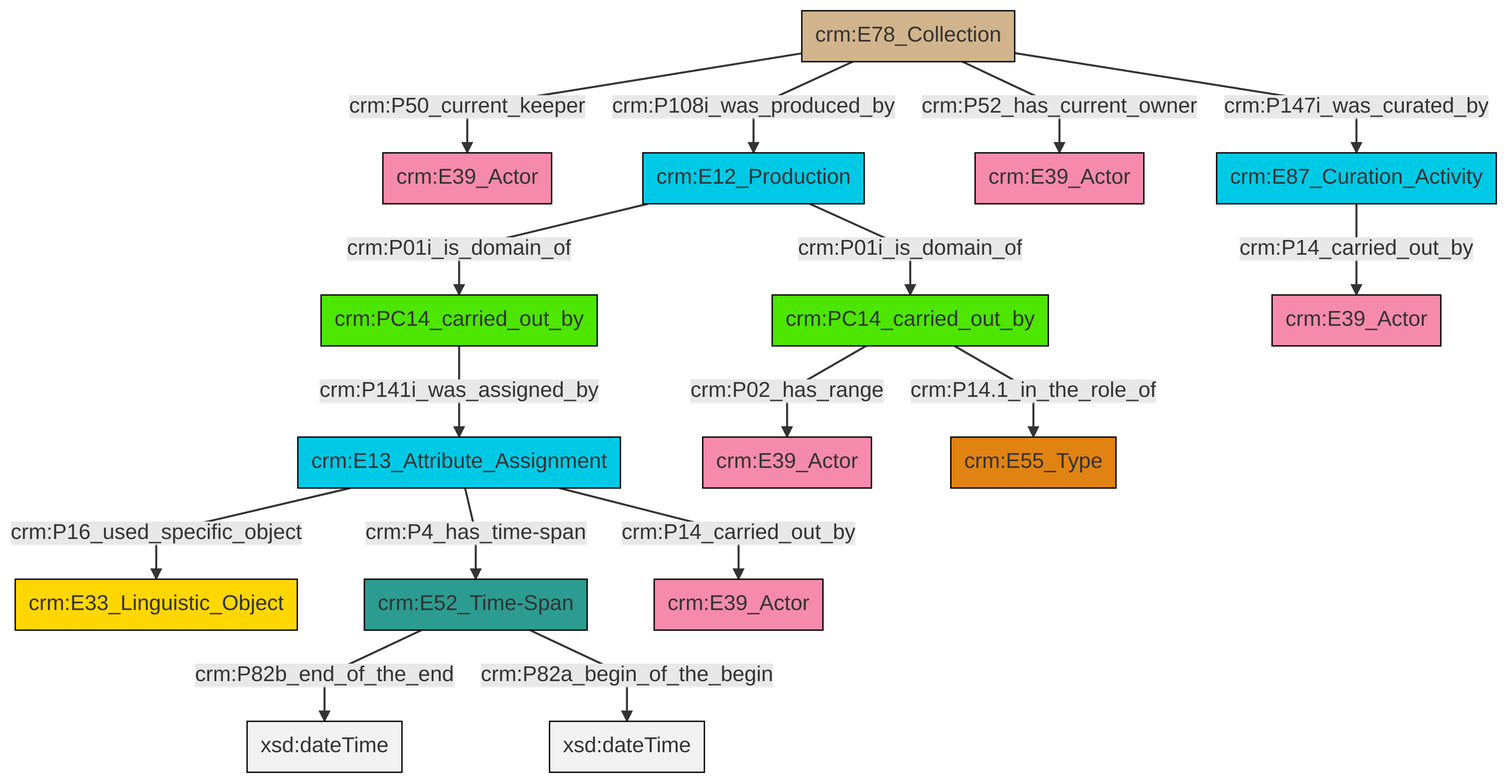
Earlier version of the Mermaid export et/archivalCSV/ttl/mmd/png/archival_relation.png (swiss-art-research-net/docs.swissartresearch). Its source is kept beside it as et/archivalCSV/ttl/mmd/archival_relation.ttl.mmd.
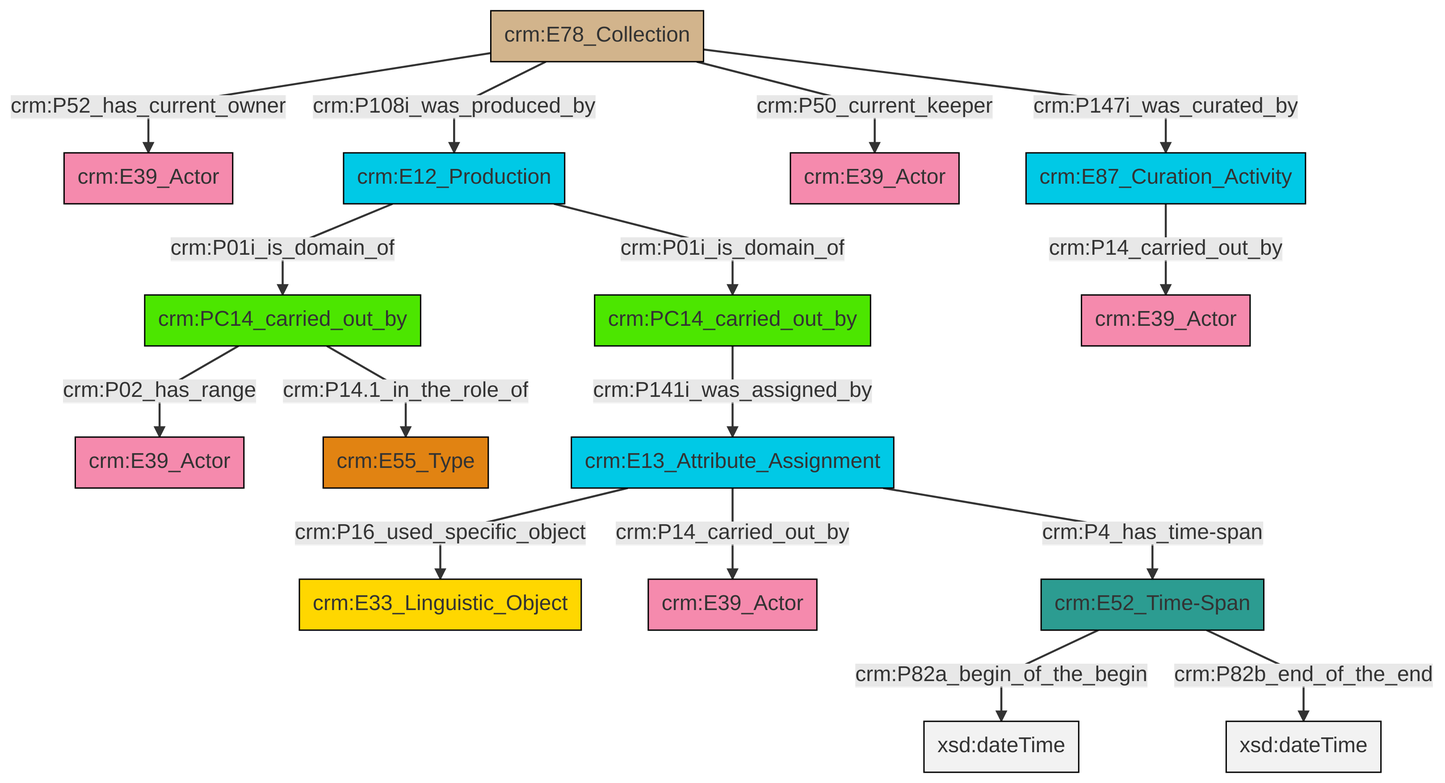
After the change.

The edit, as a diff of the source:
```diff
@@ -13,18 +13,18 @@
 classDef PC_Classes fill:#4ce600, stroke:#000000;
 classDef Multi fill:#cccccc,stroke:#000000;
 
-0["crm:PC14_carried_out_by"]:::PC_Classes -->|crm:P141i_was_assigned_by| 1["crm:E13_Attribute_Assignment"]:::Temporal_Entity
-8["crm:E78_Collection"]:::Physical_Thing -->|crm:P50_current_keeper| 4["crm:E39_Actor"]:::Actor
-6["crm:E52_Time-Span"]:::Time-Span -->|crm:P82b_end_of_the_end| 16[xsd:dateTime]:::Literal
-22["crm:E12_Production"]:::Temporal_Entity -->|crm:P01i_is_domain_of| 13["crm:PC14_carried_out_by"]:::PC_Classes
-8["crm:E78_Collection"]:::Physical_Thing -->|crm:P108i_was_produced_by| 22["crm:E12_Production"]:::Temporal_Entity
-6["crm:E52_Time-Span"]:::Time-Span -->|crm:P82a_begin_of_the_begin| 23[xsd:dateTime]:::Literal
-22["crm:E12_Production"]:::Temporal_Entity -->|crm:P01i_is_domain_of| 0["crm:PC14_carried_out_by"]:::PC_Classes
-11["crm:E87_Curation_Activity"]:::Temporal_Entity -->|crm:P14_carried_out_by| 27["crm:E39_Actor"]:::Actor
-8["crm:E78_Collection"]:::Physical_Thing -->|crm:P147i_was_curated_by| 11["crm:E87_Curation_Activity"]:::Temporal_Entity
-1["crm:E13_Attribute_Assignment"]:::Temporal_Entity -->|crm:P16_used_specific_object| 2["crm:E33_Linguistic_Object"]:::Conceptual_Object
-1["crm:E13_Attribute_Assignment"]:::Temporal_Entity -->|crm:P14_carried_out_by| 25["crm:E39_Actor"]:::Actor
-8["crm:E78_Collection"]:::Physical_Thing -->|crm:P52_has_current_owner| 20["crm:E39_Actor"]:::Actor
-1["crm:E13_Attribute_Assignment"]:::Temporal_Entity -->|crm:P4_has_time-span| 6["crm:E52_Time-Span"]:::Time-Span
-13["crm:PC14_carried_out_by"]:::PC_Classes -->|crm:P02_has_range| 9["crm:E39_Actor"]:::Actor
-13["crm:PC14_carried_out_by"]:::PC_Classes -->|crm:P14.1_in_the_role_of| 17["crm:E55_Type"]:::Type
+0["crm:PC14_carried_out_by"]:::PC_Classes -->|crm:P02_has_range| 1["crm:E39_Actor"]:::Actor
+8["crm:E12_Production"]:::Temporal_Entity -->|crm:P01i_is_domain_of| 0["crm:PC14_carried_out_by"]:::PC_Classes
+9["crm:E13_Attribute_Assignment"]:::Temporal_Entity -->|crm:P16_used_specific_object| 10["crm:E33_Linguistic_Object"]:::Conceptual_Object
+11["crm:E78_Collection"]:::Physical_Thing -->|crm:P52_has_current_owner| 15["crm:E39_Actor"]:::Actor
+9["crm:E13_Attribute_Assignment"]:::Temporal_Entity -->|crm:P14_carried_out_by| 13["crm:E39_Actor"]:::Actor
+11["crm:E78_Collection"]:::Physical_Thing -->|crm:P108i_was_produced_by| 8["crm:E12_Production"]:::Temporal_Entity
+6["crm:PC14_carried_out_by"]:::PC_Classes -->|crm:P141i_was_assigned_by| 9["crm:E13_Attribute_Assignment"]:::Temporal_Entity
+19["crm:E52_Time-Span"]:::Time-Span -->|crm:P82a_begin_of_the_begin| 21[xsd:dateTime]:::Literal
+0["crm:PC14_carried_out_by"]:::PC_Classes -->|crm:P14.1_in_the_role_of| 22["crm:E55_Type"]:::Type
+8["crm:E12_Production"]:::Temporal_Entity -->|crm:P01i_is_domain_of| 6["crm:PC14_carried_out_by"]:::PC_Classes
+23["crm:E87_Curation_Activity"]:::Temporal_Entity -->|crm:P14_carried_out_by| 4["crm:E39_Actor"]:::Actor
+9["crm:E13_Attribute_Assignment"]:::Temporal_Entity -->|crm:P4_has_time-span| 19["crm:E52_Time-Span"]:::Time-Span
+19["crm:E52_Time-Span"]:::Time-Span -->|crm:P82b_end_of_the_end| 28[xsd:dateTime]:::Literal
+11["crm:E78_Collection"]:::Physical_Thing -->|crm:P50_current_keeper| 2["crm:E39_Actor"]:::Actor
+11["crm:E78_Collection"]:::Physical_Thing -->|crm:P147i_was_curated_by| 23["crm:E87_Curation_Activity"]:::Temporal_Entity
```
